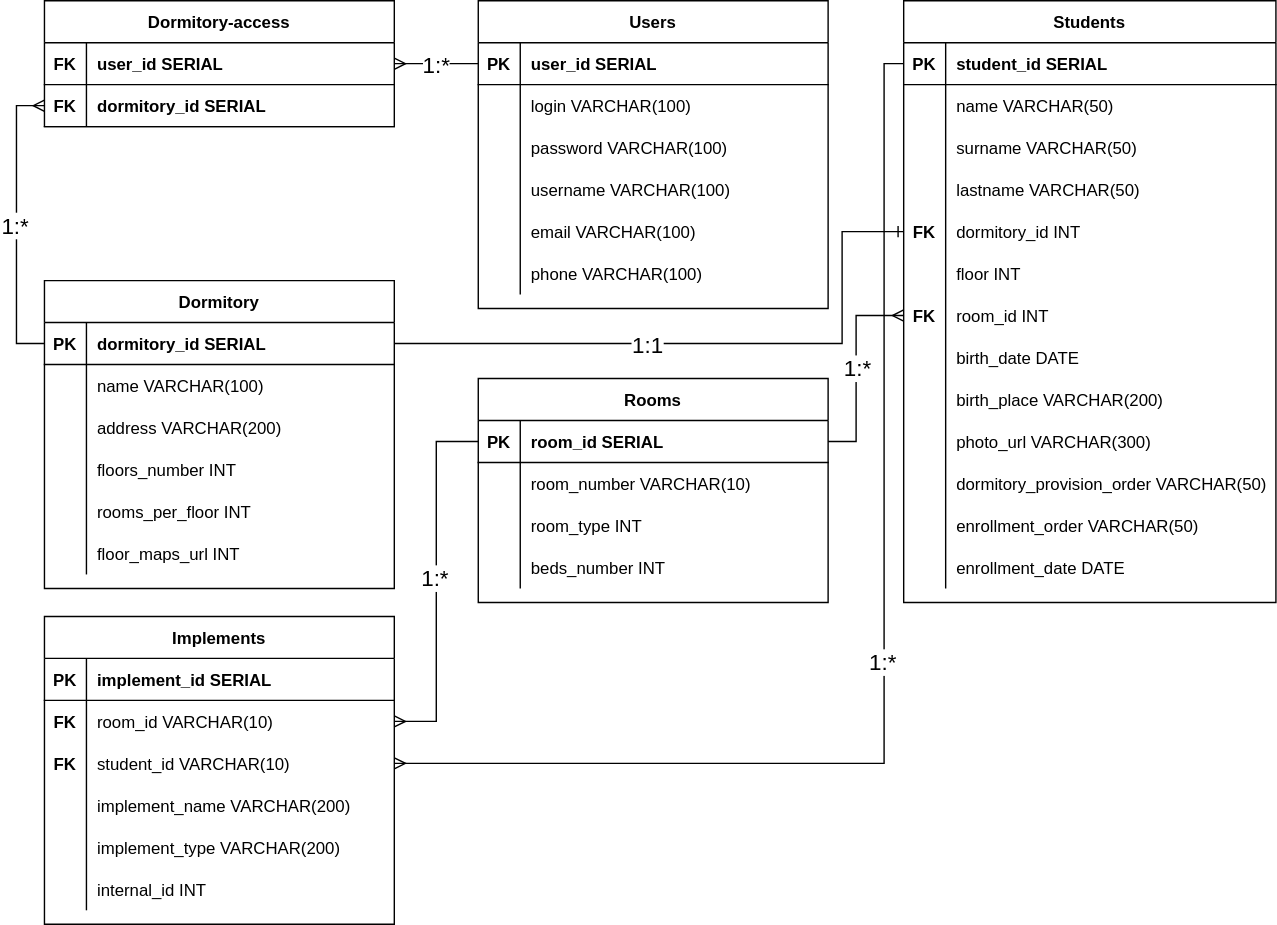
vedrent/dormitory-tracker keeps this draw.io diagram as Dormitory_erd.drawio.svg. Above is the earlier version. Source tidied: cells renumbered, new cells last; positions are measured from the earlier drawing's top-left corner, leaving out a move shared by most shapes.
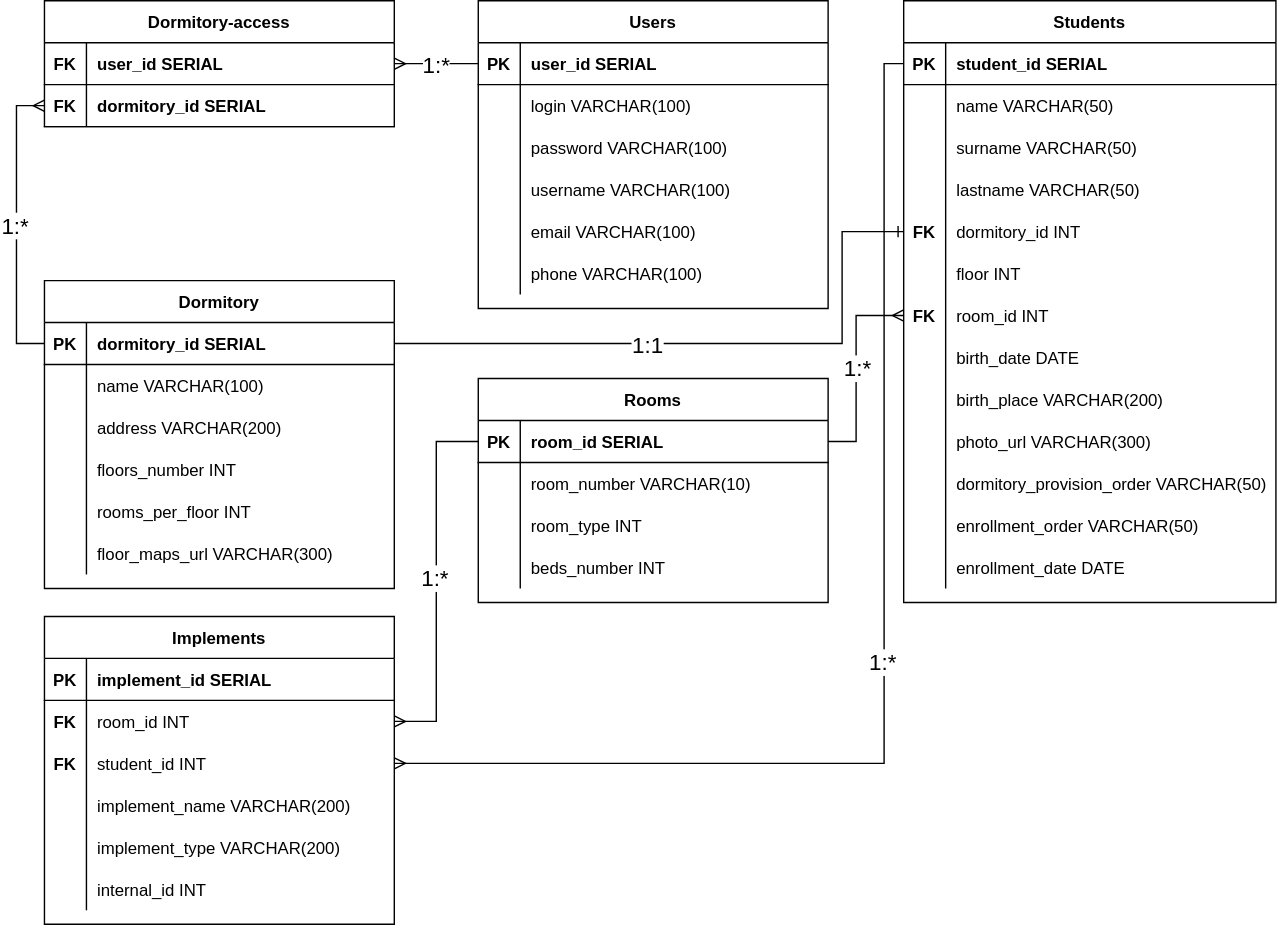
Above is the later version.

The edit, as a diff of the source:
```diff
@@ -233,7 +233,7 @@
     <mxCell id="78" style="shape=partialRectangle;overflow=hidden;fillColor=none;top=0;left=0;bottom=0;right=0;" parent="77" vertex="1">
       <mxGeometry width="30" height="30" as="geometry" />
     </mxCell>
-    <mxCell id="79" value="floor_maps_url INT" style="shape=partialRectangle;overflow=hidden;fillColor=none;top=0;left=0;bottom=0;right=0;align=left;spacingLeft=6;" parent="77" vertex="1">
+    <mxCell id="79" value="floor_maps_url VARCHAR(300)" style="shape=partialRectangle;overflow=hidden;fillColor=none;top=0;left=0;bottom=0;right=0;align=left;spacingLeft=6;" parent="77" vertex="1">
       <mxGeometry x="30" width="220" height="30" as="geometry" />
     </mxCell>
     <mxCell id="80" style="edgeStyle=orthogonalEdgeStyle;rounded=0;jettySize=auto;html=1;exitX=1;exitY=0.5;exitDx=0;exitDy=0;entryX=0;entryY=0.5;entryDx=0;entryDy=0;endArrow=ERone;endFill=0;" parent="1" edge="1" source="62" target="15">
@@ -350,7 +350,7 @@
     <mxCell id="113" value="FK" style="shape=partialRectangle;overflow=hidden;fillColor=none;top=0;left=0;bottom=0;right=0;fontStyle=1;" parent="112" vertex="1">
       <mxGeometry width="30" height="30" as="geometry" />
     </mxCell>
-    <mxCell id="114" value="room_id VARCHAR(10)" style="shape=partialRectangle;overflow=hidden;fillColor=none;top=0;left=0;bottom=0;right=0;align=left;spacingLeft=6;" parent="112" vertex="1">
+    <mxCell id="114" value="room_id INT" style="shape=partialRectangle;overflow=hidden;fillColor=none;top=0;left=0;bottom=0;right=0;align=left;spacingLeft=6;" parent="112" vertex="1">
       <mxGeometry x="30" width="220" height="30" as="geometry" />
     </mxCell>
     <mxCell id="115" style="shape=partialRectangle;fillColor=none;points=[[0,0.5],[1,0.5]];portConstraint=eastwest;top=0;left=0;right=0;bottom=0;" parent="108" vertex="1">
@@ -359,7 +359,7 @@
     <mxCell id="116" value="FK" style="shape=partialRectangle;overflow=hidden;fillColor=none;top=0;left=0;bottom=0;right=0;fontStyle=1;" parent="115" vertex="1">
       <mxGeometry width="30" height="30" as="geometry" />
     </mxCell>
-    <mxCell id="117" value="student_id VARCHAR(10)" style="shape=partialRectangle;overflow=hidden;fillColor=none;top=0;left=0;bottom=0;right=0;align=left;spacingLeft=6;" parent="115" vertex="1">
+    <mxCell id="117" value="student_id INT" style="shape=partialRectangle;overflow=hidden;fillColor=none;top=0;left=0;bottom=0;right=0;align=left;spacingLeft=6;" parent="115" vertex="1">
       <mxGeometry x="30" width="220" height="30" as="geometry" />
     </mxCell>
     <mxCell id="118" style="shape=partialRectangle;fillColor=none;top=0;left=0;right=0;bottom=0;" parent="108" vertex="1">
```
